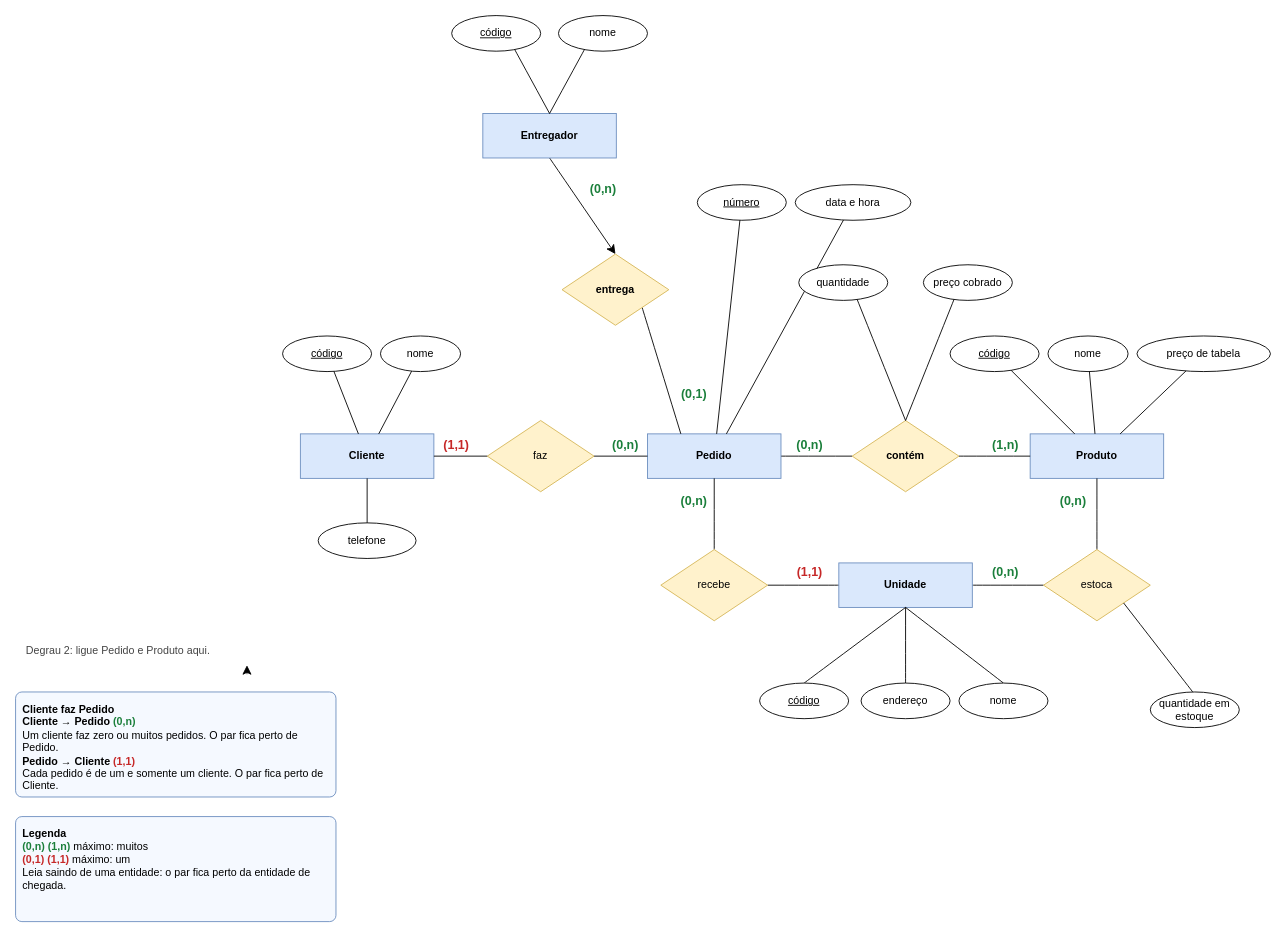
The draw.io diagram banco/Aula-08/pratica-08-inicio-feita.drawio in Cesar-Muryllo/UC03-banco-de-Dados--manh-, before the edit. Source tidied: cells renumbered, new cells numbered last; positions are measured from the earlier drawing's top-left corner, leaving out a move shared by most shapes. Both pictures are drawn from the tidied source at 89%, with x=0, y=0 at pixel (15, 15).
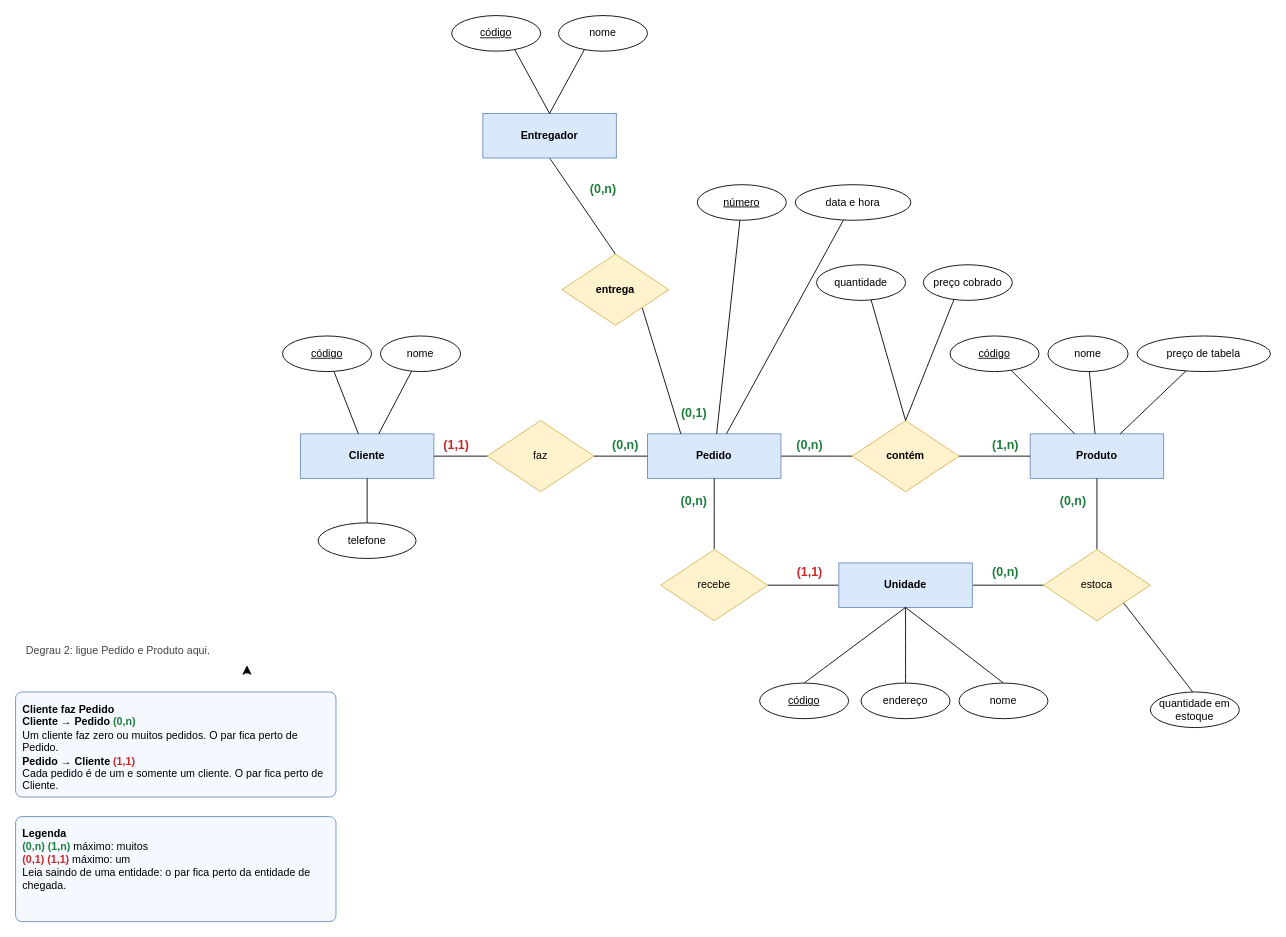
The same diagram, later.

Commit message (it also covers changes not shown here):
Fix:Correções na pratica-08

Unchanged cells that the change refers to:
```xml
<mxCell id="58" value="Entregador" style="shape=rectangle;whiteSpace=wrap;html=1;fontStyle=1;fillColor=#dae8fc;strokeColor=#6c8ebf;" parent="1" vertex="1">
  <mxGeometry x="525" y="110" width="150" height="50" as="geometry" />
</mxCell>
<mxCell id="65" value="&lt;b&gt;entrega&lt;/b&gt;" style="shape=rhombus;perimeter=rhombusPerimeter;whiteSpace=wrap;html=1;fillColor=#fff2cc;strokeColor=#d6b656;" parent="1" vertex="1">
  <mxGeometry x="614" y="268" width="120" height="80" as="geometry" />
</mxCell>
```

What changed in the source:
```diff
@@
     <mxCell id="36" value="quantidade" style="ellipse;whiteSpace=wrap;html=1;fontStyle=0;" parent="1" vertex="1">
-      <mxGeometry x="880" y="280" width="100" height="40" as="geometry" />
+      <mxGeometry x="900" y="280" width="100" height="40" as="geometry" />
     </mxCell>
@@
-    <mxCell id="57" style="edgeStyle=none;curved=1;rounded=0;curveGeometry=1;jettySize=auto;html=1;exitX=0.5;exitY=1;exitDx=0;exitDy=0;entryX=0.5;entryY=0;entryDx=0;entryDy=0;fontSize=12;defaultLabelBackgroundColor=page;startSize=8;endSize=8;" parent="1" edge="1" source="58" target="65">
+    <mxCell id="57" style="edgeStyle=none;curved=1;rounded=0;curveGeometry=1;jettySize=auto;html=1;exitX=0.5;exitY=1;exitDx=0;exitDy=0;entryX=0.5;entryY=0;entryDx=0;entryDy=0;fontSize=12;defaultLabelBackgroundColor=page;startSize=8;endSize=8;endArrow=none;endFill=0;" parent="1" edge="1" source="58" target="65">
       <mxGeometry relative="1" as="geometry" />
     </mxCell>
@@
     <mxCell id="67" value="(0,1)" style="text;html=1;align=center;fontStyle=1;fontColor=#1b7f3b;fontSize=14;" parent="1" vertex="1">
-      <mxGeometry x="734" y="410" width="56" height="24" as="geometry" />
+      <mxGeometry x="734" y="431" width="56" height="24" as="geometry" />
     </mxCell>
```
